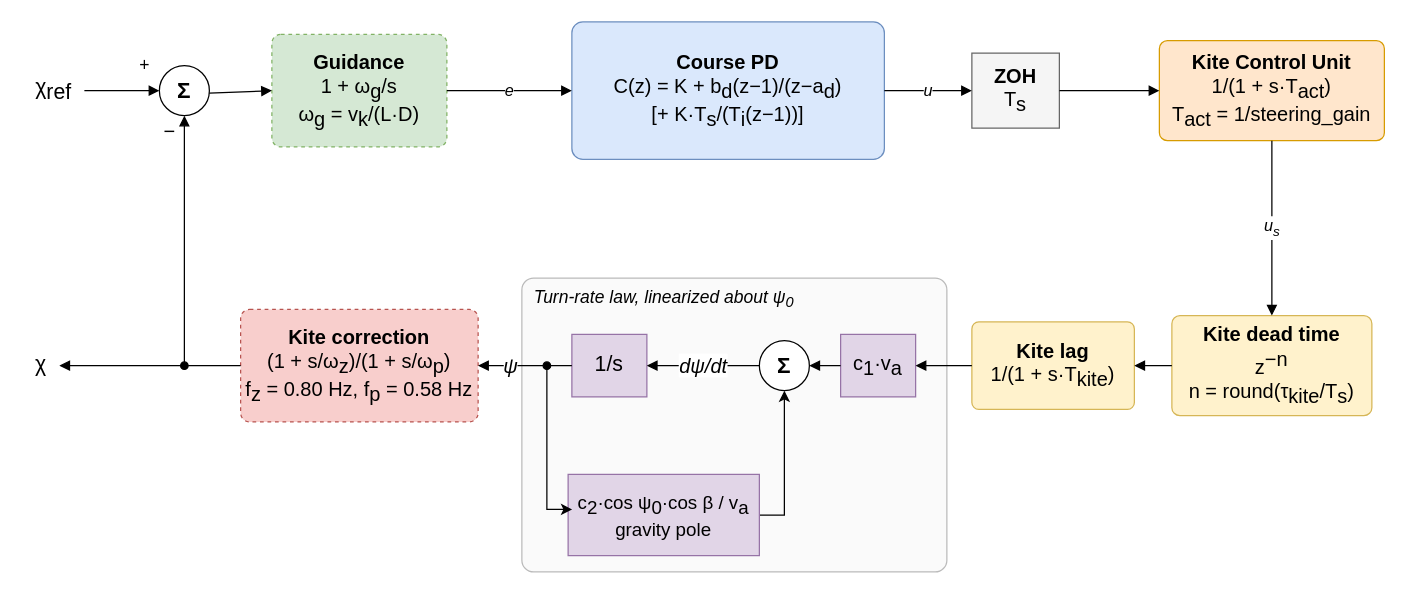
Before: docs/course_loop_model.drawio in OpenSourceAWE/SimpleKiteControllers.jl, a draw.io diagram. Source tidied: cells renumbered, new cells numbered last; positions are measured from the earlier drawing's top-left corner, leaving out a move shared by most shapes. Both pictures are drawn from the tidied source at 125%, with x=0, y=0 at pixel (21, 21).
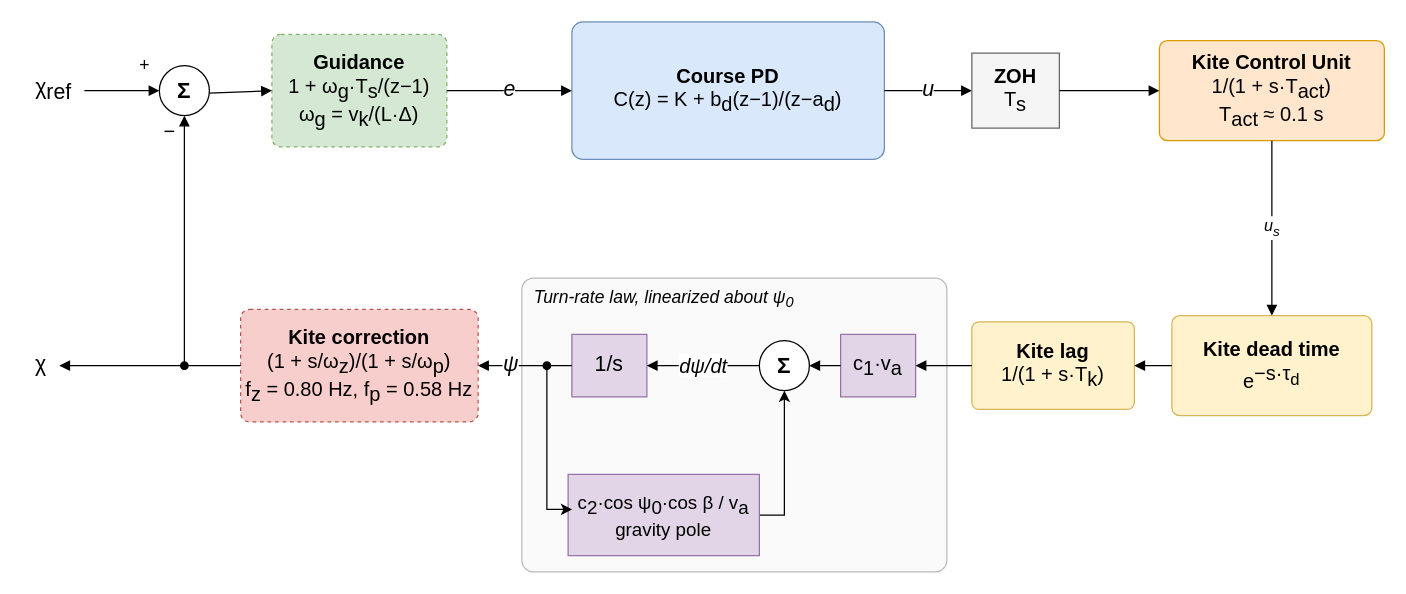
The same diagram, later.

Commit message:
Use paper notation in the course loop model diagram

The change refers to these unchanged cells:
```xml
<mxCell id="8" value="&lt;b style=&quot;font-size: 16px;&quot;&gt;ZOH&lt;/b&gt;&lt;br style=&quot;font-size: 16px;&quot;&gt;&lt;font style=&quot;font-size: 16px;&quot;&gt;T&lt;sub style=&quot;font-size: 16px;&quot;&gt;s&lt;/sub&gt;&lt;/font&gt;" style="rounded=0;whiteSpace=wrap;html=1;fillColor=#f5f5f5;strokeColor=#666666;fontSize=16;" parent="1" vertex="1">
  <mxGeometry x="760" y="25" width="70" height="60" as="geometry" />
</mxCell>
<mxCell id="19" style="ellipse;whiteSpace=wrap;html=1;fillColor=#000000;strokeColor=#000000;" parent="1" vertex="1">
  <mxGeometry x="417" y="272" width="6" height="6" as="geometry" />
</mxCell>
<mxCell id="20" value="&lt;b style=&quot;font-size: 16px;&quot;&gt;Kite correction&lt;/b&gt;&lt;br style=&quot;font-size: 16px;&quot;&gt;(1 + s/ω&lt;sub style=&quot;font-size: 16px;&quot;&gt;z&lt;/sub&gt;)/(1 + s/ω&lt;sub style=&quot;font-size: 16px;&quot;&gt;p&lt;/sub&gt;)&lt;br style=&quot;font-size: 16px;&quot;&gt;&lt;font style=&quot;font-size: 16px;&quot;&gt;f&lt;sub style=&quot;font-size: 16px;&quot;&gt;z&lt;/sub&gt; = 0.80 Hz, f&lt;sub style=&quot;font-size: 16px;&quot;&gt;p&lt;/sub&gt; = 0.58 Hz&lt;br style=&quot;font-size: 16px;&quot;&gt;&lt;/font&gt;" style="rounded=1;arcSize=8;whiteSpace=wrap;html=1;fillColor=#f8cecc;strokeColor=#b85450;dashed=1;fontSize=16;" parent="1" vertex="1">
  <mxGeometry x="175" y="230" width="190" height="90" as="geometry" />
</mxCell>
```

The edit, as a diff of the source:
```diff
@@
-    <mxCell id="6" value="&lt;b style=&quot;font-size: 16px;&quot;&gt;Guidance&lt;/b&gt;&lt;br style=&quot;font-size: 16px;&quot;&gt;1 + ω&lt;sub style=&quot;font-size: 16px;&quot;&gt;g&lt;/sub&gt;/s&lt;br style=&quot;font-size: 16px;&quot;&gt;&lt;font style=&quot;font-size: 16px;&quot;&gt;ω&lt;sub style=&quot;font-size: 16px;&quot;&gt;g&lt;/sub&gt; = v&lt;sub style=&quot;font-size: 16px;&quot;&gt;k&lt;/sub&gt;/(L·D)&lt;br style=&quot;font-size: 16px;&quot;&gt;&lt;/font&gt;" style="rounded=1;arcSize=8;whiteSpace=wrap;html=1;fillColor=#d5e8d4;strokeColor=#82b366;dashed=1;fontSize=16;" parent="1" vertex="1">
+    <mxCell id="6" value="&lt;b style=&quot;font-size: 16px;&quot;&gt;Guidance&lt;/b&gt;&lt;br style=&quot;font-size: 16px;&quot;&gt;1 + ω&lt;sub style=&quot;font-size: 16px;&quot;&gt;g&lt;/sub&gt;·T&lt;sub style=&quot;font-size: 16px;&quot;&gt;s&lt;/sub&gt;/(z−1)&lt;br style=&quot;font-size: 16px;&quot;&gt;&lt;font style=&quot;font-size: 16px;&quot;&gt;ω&lt;sub style=&quot;font-size: 16px;&quot;&gt;g&lt;/sub&gt; = v&lt;sub style=&quot;font-size: 16px;&quot;&gt;k&lt;/sub&gt;/(L·Δ)&lt;br style=&quot;font-size: 16px;&quot;&gt;&lt;/font&gt;" style="rounded=1;arcSize=8;whiteSpace=wrap;html=1;fillColor=#d5e8d4;strokeColor=#82b366;dashed=1;fontSize=16;" parent="1" vertex="1">
       <mxGeometry x="200" y="10" width="140" height="90" as="geometry" />
     </mxCell>
-    <mxCell id="7" value="&lt;b style=&quot;font-size: 16px;&quot;&gt;Course PD&lt;/b&gt;&lt;br style=&quot;font-size: 16px;&quot;&gt;C(z) = K + b&lt;sub style=&quot;font-size: 16px;&quot;&gt;d&lt;/sub&gt;(z−1)/(z−a&lt;sub style=&quot;font-size: 16px;&quot;&gt;d&lt;/sub&gt;)&lt;br style=&quot;font-size: 16px;&quot;&gt;&lt;font style=&quot;font-size: 16px;&quot;&gt;[+ K·T&lt;sub style=&quot;font-size: 16px;&quot;&gt;s&lt;/sub&gt;/(T&lt;sub style=&quot;font-size: 16px;&quot;&gt;i&lt;/sub&gt;(z−1))]&lt;br style=&quot;font-size: 16px;&quot;&gt;&lt;/font&gt;" style="rounded=1;arcSize=8;whiteSpace=wrap;html=1;fillColor=#dae8fc;strokeColor=#6c8ebf;fontSize=16;" parent="1" vertex="1">
+    <mxCell id="7" value="&lt;b style=&quot;font-size: 16px;&quot;&gt;Course PD&lt;/b&gt;&lt;br style=&quot;font-size: 16px;&quot;&gt;C(z) = K + b&lt;sub style=&quot;font-size: 16px;&quot;&gt;d&lt;/sub&gt;(z−1)/(z−a&lt;sub style=&quot;font-size: 16px;&quot;&gt;d&lt;/sub&gt;)" style="rounded=1;arcSize=8;whiteSpace=wrap;html=1;fillColor=#dae8fc;strokeColor=#6c8ebf;fontSize=16;" parent="1" vertex="1">
       <mxGeometry x="440" width="250" height="110" as="geometry" />
     </mxCell>
@@
-    <mxCell id="9" value="&lt;b&gt;Kite Control Unit&lt;/b&gt;&lt;br style=&quot;font-size: 16px;&quot;&gt;1/(1 + s·T&lt;sub style=&quot;font-size: 16px;&quot;&gt;act&lt;/sub&gt;)&lt;br style=&quot;font-size: 16px;&quot;&gt;&lt;font style=&quot;font-size: 16px;&quot;&gt;T&lt;sub style=&quot;font-size: 16px;&quot;&gt;act&lt;/sub&gt; = 1/steering_gain&lt;/font&gt;" style="rounded=1;arcSize=8;whiteSpace=wrap;html=1;fillColor=#ffe6cc;strokeColor=#d79b00;fontSize=16;" parent="1" vertex="1">
+    <mxCell id="9" value="&lt;b&gt;Kite Control Unit&lt;/b&gt;&lt;br style=&quot;font-size: 16px;&quot;&gt;1/(1 + s·T&lt;sub style=&quot;font-size: 16px;&quot;&gt;act&lt;/sub&gt;)&lt;br style=&quot;font-size: 16px;&quot;&gt;&lt;font style=&quot;font-size: 16px;&quot;&gt;T&lt;sub style=&quot;font-size: 16px;&quot;&gt;act&lt;/sub&gt; ≈ 0.1 s&lt;/font&gt;" style="rounded=1;arcSize=8;whiteSpace=wrap;html=1;fillColor=#ffe6cc;strokeColor=#d79b00;fontSize=16;" parent="1" vertex="1">
       <mxGeometry x="910" y="15" width="180" height="80" as="geometry" />
     </mxCell>
@@
-    <mxCell id="11" value="&lt;b style=&quot;font-size: 16px;&quot;&gt;Kite dead time&lt;/b&gt;&lt;br style=&quot;font-size: 16px;&quot;&gt;z&lt;sup style=&quot;font-size: 16px;&quot;&gt;−n&lt;/sup&gt;&lt;br style=&quot;font-size: 16px;&quot;&gt;&lt;font style=&quot;font-size: 16px;&quot;&gt;n = round(τ&lt;sub style=&quot;font-size: 16px;&quot;&gt;kite&lt;/sub&gt;/T&lt;sub style=&quot;font-size: 16px;&quot;&gt;s&lt;/sub&gt;)&lt;/font&gt;" style="rounded=1;arcSize=8;whiteSpace=wrap;html=1;fillColor=#fff2cc;strokeColor=#d6b656;fontSize=16;" parent="1" vertex="1">
+    <mxCell id="11" value="&lt;b style=&quot;font-size: 16px;&quot;&gt;Kite dead time&lt;/b&gt;&lt;br style=&quot;font-size: 16px;&quot;&gt;e&lt;sup style=&quot;font-size: 16px;&quot;&gt;−s·τ&lt;sub&gt;d&lt;/sub&gt;&lt;/sup&gt;" style="rounded=1;arcSize=8;whiteSpace=wrap;html=1;fillColor=#fff2cc;strokeColor=#d6b656;fontSize=16;" parent="1" vertex="1">
       <mxGeometry x="920" y="235" width="160" height="80" as="geometry" />
     </mxCell>
-    <mxCell id="12" value="&lt;b style=&quot;font-size: 16px;&quot;&gt;Kite lag&lt;/b&gt;&lt;br style=&quot;font-size: 16px;&quot;&gt;1/(1 + s·T&lt;sub style=&quot;font-size: 16px;&quot;&gt;kite&lt;/sub&gt;)" style="rounded=1;arcSize=8;whiteSpace=wrap;html=1;fillColor=#fff2cc;strokeColor=#d6b656;fontSize=16;" parent="1" vertex="1">
+    <mxCell id="12" value="&lt;b style=&quot;font-size: 16px;&quot;&gt;Kite lag&lt;/b&gt;&lt;br style=&quot;font-size: 16px;&quot;&gt;1/(1 + s·T&lt;sub style=&quot;font-size: 16px;&quot;&gt;k&lt;/sub&gt;)" style="rounded=1;arcSize=8;whiteSpace=wrap;html=1;fillColor=#fff2cc;strokeColor=#d6b656;fontSize=16;" parent="1" vertex="1">
       <mxGeometry x="760" y="240" width="130" height="70" as="geometry" />
     </mxCell>
@@
-    <mxCell id="25" value="e" style="endArrow=block;html=1;rounded=0;fontSize=13;labelBackgroundColor=#ffffff;fontStyle=2;" parent="1" edge="1" source="6" target="7">
+    <mxCell id="25" value="e" style="endArrow=block;html=1;rounded=0;fontSize=17;labelBackgroundColor=#ffffff;fontStyle=2;" parent="1" edge="1" source="6" target="7">
       <mxGeometry relative="1" as="geometry" />
     </mxCell>
-    <mxCell id="26" value="u" style="endArrow=block;html=1;rounded=0;fontSize=13;labelBackgroundColor=#ffffff;fontStyle=2;" parent="1" edge="1" source="7" target="8">
+    <mxCell id="26" value="u" style="endArrow=block;html=1;rounded=0;fontSize=17;labelBackgroundColor=#ffffff;fontStyle=2;" parent="1" edge="1" source="7" target="8">
       <mxGeometry relative="1" as="geometry" />
     </mxCell>
@@
-    <mxCell id="34" value="ψ" style="endArrow=block;html=1;rounded=0;entryX=1;entryY=0.5;fontSize=16;labelBackgroundColor=#ffffff;fontStyle=2;" parent="1" edge="1" source="19" target="20">
+    <mxCell id="34" value="ψ" style="endArrow=block;html=1;rounded=0;entryX=1;entryY=0.5;fontSize=17;labelBackgroundColor=#ffffff;fontStyle=2;" parent="1" edge="1" source="19" target="20">
       <mxGeometry relative="1" as="geometry" />
     </mxCell>
```
